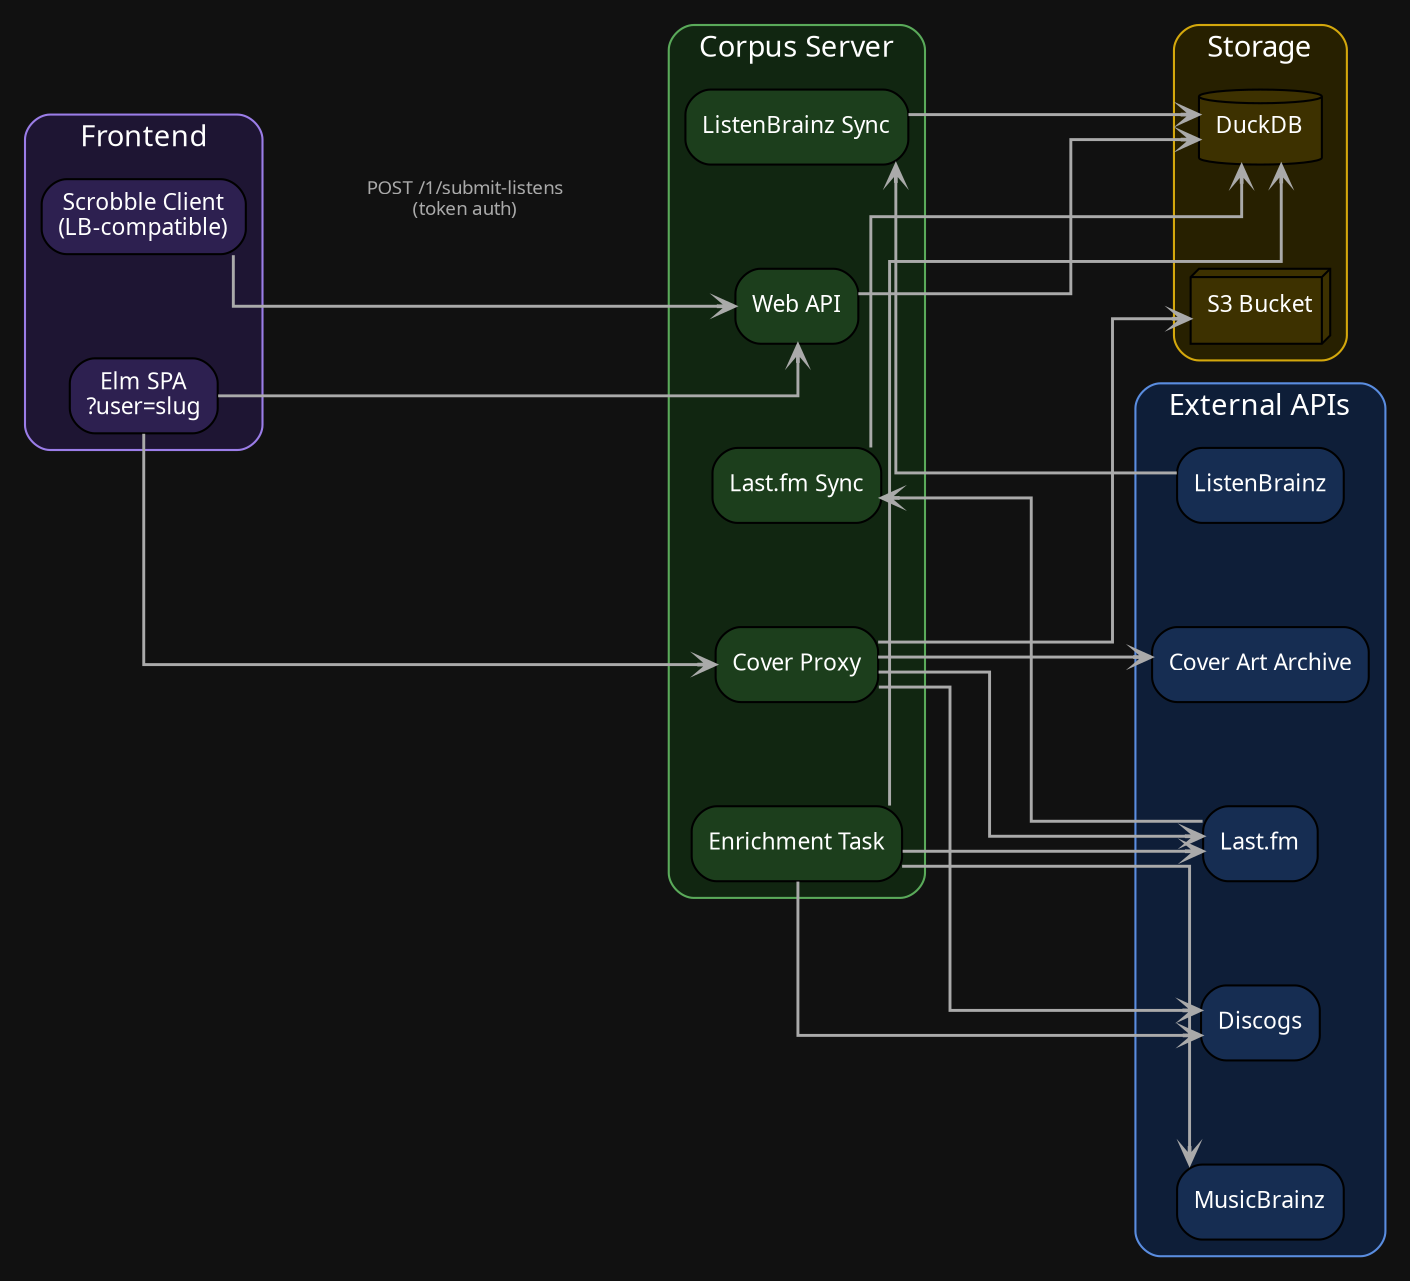
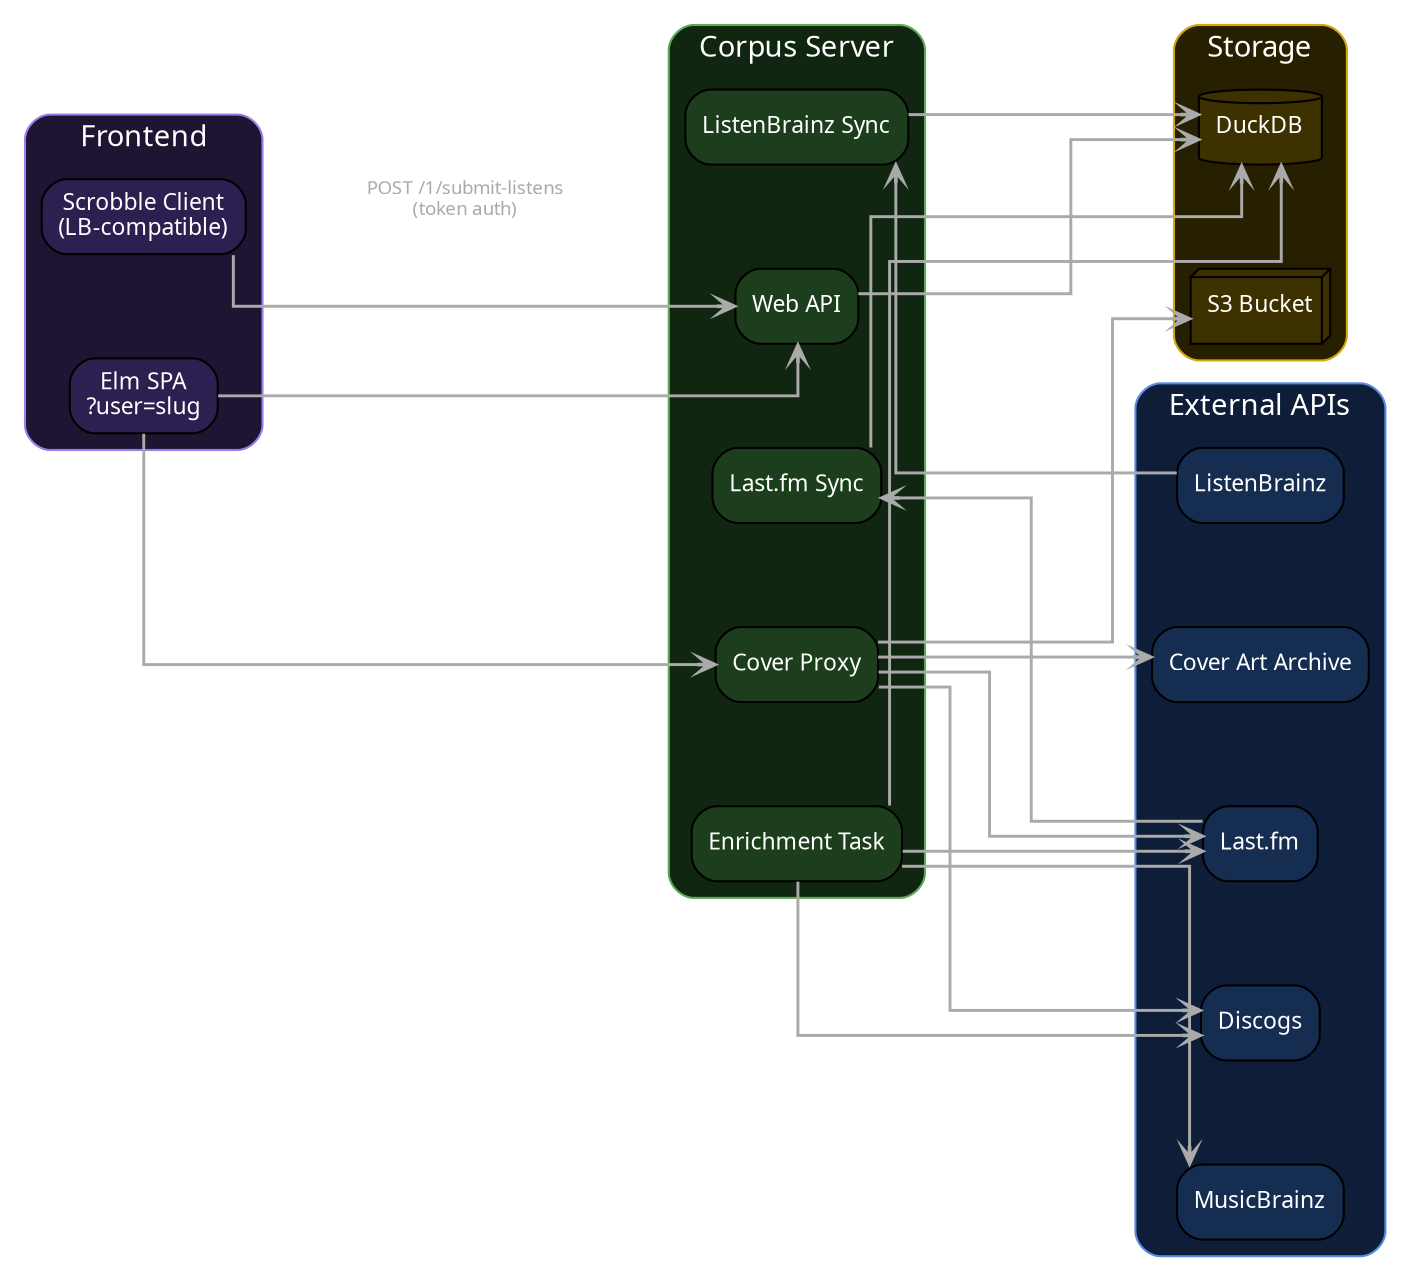
digraph corpus {
    rankdir=LR
    compound=true
    splines=ortho
    concentrate=true
    nodesep=0.7
    ranksep=1.6
-     bgcolor="#111111"
+     bgcolor=transparent

    node [fontname="Atkinson Hyperlegible Mono", fontsize=11, shape=box, style="rounded,filled", fontcolor=white]
    edge [fontname="Atkinson Hyperlegible Mono", fontsize=9, color="#aaaaaa", fontcolor="#aaaaaa", arrowhead=vee, arrowsize=0.8, penwidth=1.4]

    subgraph cluster_frontend {
        label="Frontend"
        style="rounded,filled"
        fillcolor="#1e1533"
        color="#9b7de8"
        fontcolor=white
        fontname="Atkinson Hyperlegible Mono"
        UI     [label="Elm SPA\n?user=slug",             fillcolor="#2d2050"]
        Client [label="Scrobble Client\n(LB-compatible)", fillcolor="#2d2050"]
    }

    subgraph cluster_server {
        label="Corpus Server"
        style="rounded,filled"
        fillcolor="#112611"
        color="#5aaa5a"
        fontcolor=white
        fontname="Atkinson Hyperlegible Mono"
        API    [label="Web API",           fillcolor="#1c3e1c"]
        Proxy  [label="Cover Proxy",       fillcolor="#1c3e1c"]
        LBSync [label="ListenBrainz Sync", fillcolor="#1c3e1c"]
        LFSync [label="Last.fm Sync",      fillcolor="#1c3e1c"]
        Enrich [label="Enrichment Task",   fillcolor="#1c3e1c"]
    }

    subgraph cluster_storage {
        label="Storage"
        style="rounded,filled"
        fillcolor="#272000"
        color="#d4a80c"
        fontcolor=white
        fontname="Atkinson Hyperlegible Mono"
        DB [label="DuckDB",    shape=cylinder, fillcolor="#3d3100"]
        S3 [label="S3 Bucket", shape=box3d,    fillcolor="#3d3100"]
    }

    subgraph cluster_external {
        label="External APIs"
        style="rounded,filled"
        fillcolor="#0e1e38"
        color="#5a8de0"
        fontcolor=white
        fontname="Atkinson Hyperlegible Mono"
        LB  [label="ListenBrainz",      fillcolor="#162d52"]
        LF  [label="Last.fm",           fillcolor="#162d52"]
        MB  [label="MusicBrainz",       fillcolor="#162d52"]
        DC  [label="Discogs",           fillcolor="#162d52"]
        CAA [label="Cover Art Archive", fillcolor="#162d52"]
    }

    // Scrobble Sync
    LB     -> LBSync
    LF     -> LFSync
    LBSync -> DB
    LFSync -> DB

    // Enrichment
    DB     -> Enrich
    Enrich -> MB
    Enrich -> LF
    Enrich -> DC
    Enrich -> DB [constraint=false]

    // Scrobble Submission
    Client -> API [label="POST /1/submit-listens\n(token auth)"]
    API    -> DB  [constraint=false]

    // Web UI
    UI  -> API
    API -> DB

    // Cover Art
    UI    -> Proxy
    Proxy -> S3
    Proxy -> CAA
    Proxy -> LF
    Proxy -> DC
    Proxy -> S3 [constraint=false]
}
